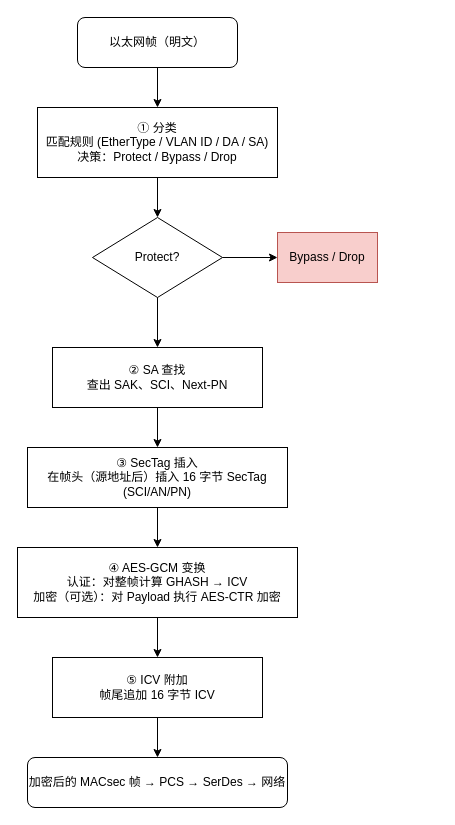
Above: page "第 4 页" (4 of 5) of macsec.drawio in long4/omni (draw.io), before the change. Source tidied: cells renumbered, new cells numbered last; positions are measured from the earlier drawing's top-left corner, leaving out a move shared by most shapes. Both pictures are drawn from the tidied source at 100%, with x=0, y=0 at pixel (17, 17).
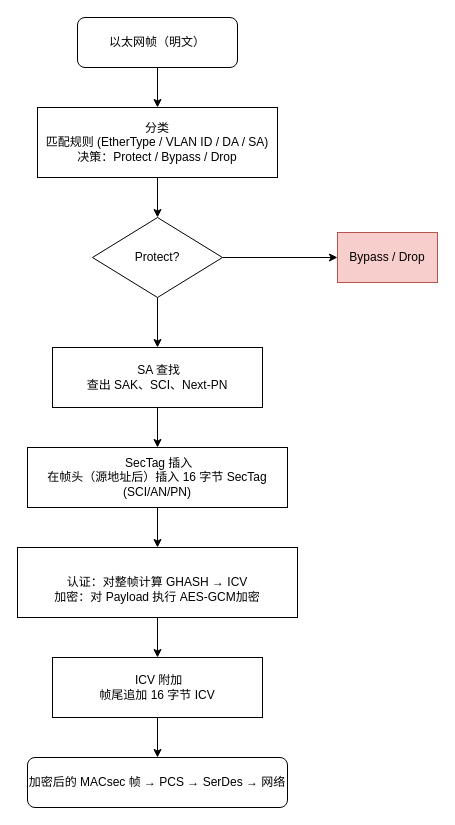
The same page after the edit.

Diff of the diagram source:
```diff
@@
 <mxGraphModel>
   <root>
     <mxCell id="0" />
     <mxCell id="1" parent="0" />
     <mxCell id="2" value="以太网帧（明文）" style="rounded=1;whiteSpace=wrap;html=1;" parent="1" vertex="1">
       <mxGeometry x="60" width="160" height="50" as="geometry" />
     </mxCell>
     <mxCell id="3" style="endArrow=classic;html=1;" parent="1" edge="1" source="2" target="4">
       <mxGeometry relative="1" as="geometry" />
     </mxCell>
-    <mxCell id="4" value="① 分类&#10;匹配规则 (EtherType / VLAN ID / DA / SA)&#10;决策：Protect / Bypass / Drop" style="rounded=0;whiteSpace=wrap;html=1;" parent="1" vertex="1">
+    <mxCell id="4" value="分类&lt;br&gt;匹配规则 (EtherType / VLAN ID / DA / SA)&lt;br&gt;决策：Protect / Bypass / Drop" style="rounded=0;whiteSpace=wrap;html=1;" parent="1" vertex="1">
       <mxGeometry x="20" y="90" width="240" height="70" as="geometry" />
     </mxCell>
     <mxCell id="5" value="Protect?" style="rhombus;whiteSpace=wrap;html=1;" parent="1" vertex="1">
       <mxGeometry x="75" y="200" width="130" height="80" as="geometry" />
     </mxCell>
     <mxCell id="6" style="endArrow=classic;html=1;" parent="1" edge="1" source="4" target="5">
       <mxGeometry relative="1" as="geometry" />
     </mxCell>
-    <mxCell id="7" value="② SA 查找&#10;查出 SAK、SCI、Next-PN" style="rounded=0;whiteSpace=wrap;html=1;" parent="1" vertex="1">
+    <mxCell id="7" value="&amp;nbsp;SA 查找&lt;br&gt;查出 SAK、SCI、Next-PN" style="rounded=0;whiteSpace=wrap;html=1;" parent="1" vertex="1">
       <mxGeometry x="35" y="330" width="210" height="60" as="geometry" />
     </mxCell>
     <mxCell id="8" style="endArrow=classic;html=1;" parent="1" edge="1" source="5" target="7">
       <mxGeometry relative="1" as="geometry" />
     </mxCell>
-    <mxCell id="9" value="③ SecTag 插入&#10;在帧头（源地址后）插入 16 字节 SecTag (SCI/AN/PN)" style="rounded=0;whiteSpace=wrap;html=1;" parent="1" vertex="1">
+    <mxCell id="9" value="&amp;nbsp;SecTag 插入&lt;br&gt;在帧头（源地址后）插入 16 字节 SecTag (SCI/AN/PN)" style="rounded=0;whiteSpace=wrap;html=1;" parent="1" vertex="1">
       <mxGeometry x="10" y="430" width="260" height="60" as="geometry" />
     </mxCell>
     <mxCell id="10" style="endArrow=classic;html=1;" parent="1" edge="1" source="7" target="9">
       <mxGeometry relative="1" as="geometry" />
     </mxCell>
-    <mxCell id="11" value="④ AES-GCM 变换&#10;认证：对整帧计算 GHASH → ICV&#10;加密（可选）：对 Payload 执行 AES-CTR 加密" style="rounded=0;whiteSpace=wrap;html=1;" parent="1" vertex="1">
+    <mxCell id="11" value="&lt;br&gt;认证：对整帧计算 GHASH → ICV&lt;br&gt;加密：对 Payload 执行 AES-GCM加密" style="rounded=0;whiteSpace=wrap;html=1;" parent="1" vertex="1">
       <mxGeometry y="530" width="280" height="70" as="geometry" />
     </mxCell>
     <mxCell id="12" style="endArrow=classic;html=1;" parent="1" edge="1" source="9" target="11">
       <mxGeometry relative="1" as="geometry" />
     </mxCell>
-    <mxCell id="13" value="⑤ ICV 附加&#10;帧尾追加 16 字节 ICV" style="rounded=0;whiteSpace=wrap;html=1;" parent="1" vertex="1">
+    <mxCell id="13" value="&amp;nbsp;ICV 附加&lt;br&gt;帧尾追加 16 字节 ICV" style="rounded=0;whiteSpace=wrap;html=1;" parent="1" vertex="1">
       <mxGeometry x="35" y="640" width="210" height="60" as="geometry" />
     </mxCell>
     <mxCell id="14" style="endArrow=classic;html=1;" parent="1" edge="1" source="11" target="13">
       <mxGeometry relative="1" as="geometry" />
     </mxCell>
     <mxCell id="15" value="加密后的 MACsec 帧 → PCS → SerDes → 网络" style="rounded=1;whiteSpace=wrap;html=1;" parent="1" vertex="1">
       <mxGeometry x="10" y="740" width="260" height="50" as="geometry" />
     </mxCell>
     <mxCell id="16" style="endArrow=classic;html=1;" parent="1" edge="1" source="13" target="15">
       <mxGeometry relative="1" as="geometry" />
     </mxCell>
     <mxCell id="17" value="Bypass / Drop" style="rounded=0;whiteSpace=wrap;html=1;fillColor=#f8cecc;strokeColor=#b85450;" parent="1" vertex="1">
-      <mxGeometry x="260" y="215" width="100" height="50" as="geometry" />
+      <mxGeometry x="320" y="215" width="100" height="50" as="geometry" />
     </mxCell>
     <mxCell id="18" style="endArrow=classic;html=1;" parent="1" edge="1" source="5" target="17">
       <mxGeometry relative="1" as="geometry" />
     </mxCell>
   </root>
 </mxGraphModel>
```
